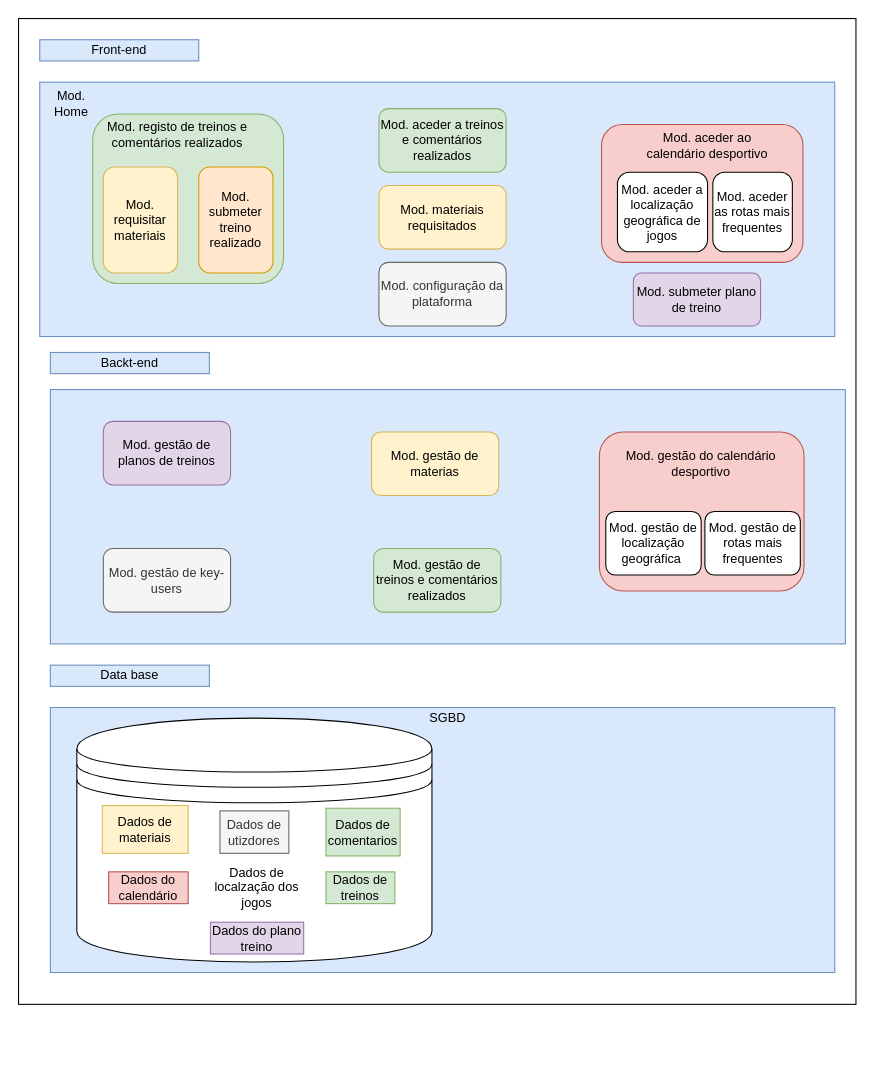
Above: Mod. de trabalhos/Block Diagram Golabuta.drawio in EdgarNeto10/GoLabuta (draw.io), before the change. Source tidied: cells renumbered, new cells numbered last; positions are measured from the earlier drawing's top-left corner, leaving out a move shared by most shapes. Both pictures are drawn from the tidied source at 106%, with x=0, y=0 at pixel (18, 18).
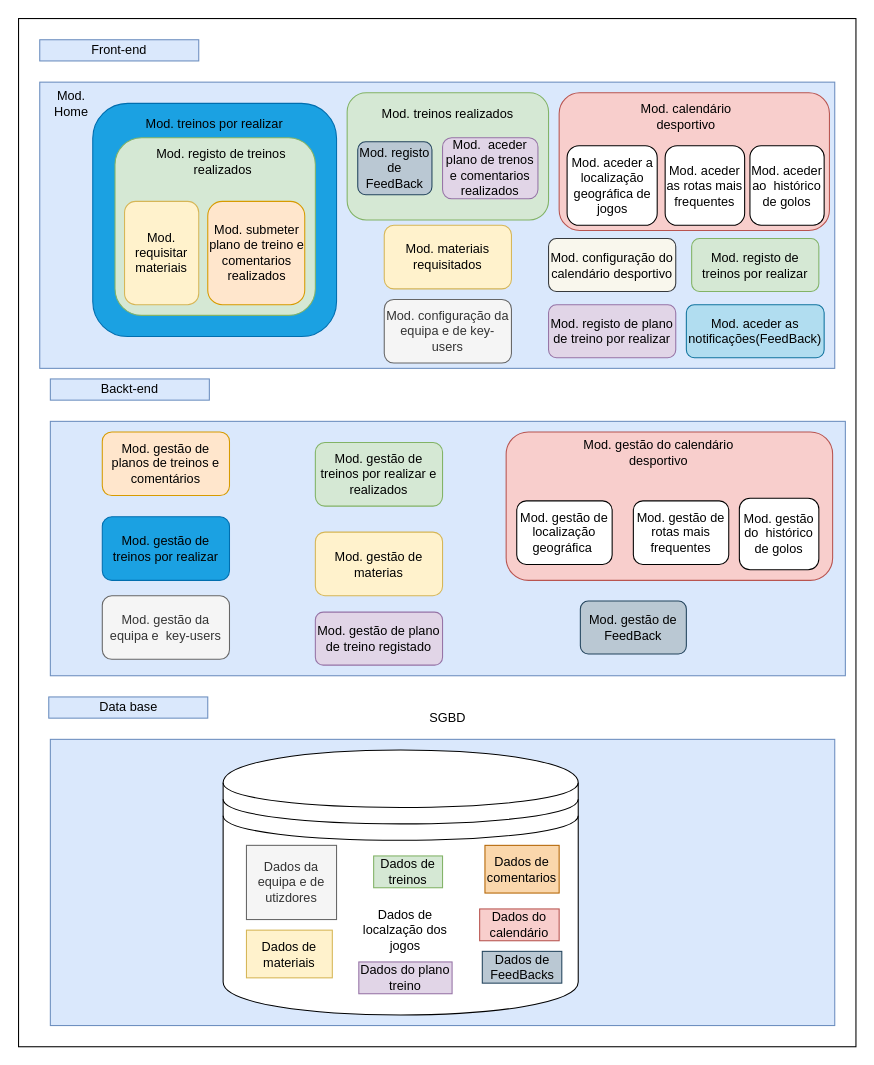
After the change.

The edit, as a diff of the source:
```diff
@@
     <mxCell id="3" style="rounded=0;whiteSpace=wrap;html=1;" parent="1" vertex="1">
-      <mxGeometry width="790" height="930" as="geometry" />
+      <mxGeometry width="790" height="970" as="geometry" />
     </mxCell>
     <mxCell id="4" style="rounded=0;whiteSpace=wrap;html=1;fillColor=#dae8fc;strokeColor=#6c8ebf;" parent="1" vertex="1">
-      <mxGeometry x="20" y="60" width="750" height="240" as="geometry" />
+      <mxGeometry x="20" y="60" width="750" height="270" as="geometry" />
     </mxCell>
@@
-    <mxCell id="6" style="rounded=1;whiteSpace=wrap;html=1;fillColor=#d5e8d4;strokeColor=#82b366;" parent="1" vertex="1">
-      <mxGeometry x="70" y="90" width="180" height="160" as="geometry" />
-    </mxCell>
-    <mxCell id="7" value="Mod. aceder a treinos e comentários realizados&lt;br&gt;" style="rounded=1;whiteSpace=wrap;html=1;fillColor=#d5e8d4;strokeColor=#82b366;" parent="1" vertex="1">
-      <mxGeometry x="340" y="85" width="120" height="60" as="geometry" />
-    </mxCell>
     <mxCell id="8" value="Mod. materiais requisitados&lt;br&gt;" style="rounded=1;whiteSpace=wrap;html=1;fillColor=#fff2cc;strokeColor=#d6b656;" parent="1" vertex="1">
-      <mxGeometry x="340" y="157.5" width="120" height="60" as="geometry" />
+      <mxGeometry x="345" y="195" width="120" height="60" as="geometry" />
     </mxCell>
     <mxCell id="9" style="rounded=1;whiteSpace=wrap;html=1;fillColor=#f8cecc;strokeColor=#b85450;" parent="1" vertex="1">
-      <mxGeometry x="550" y="100" width="190" height="130" as="geometry" />
+      <mxGeometry x="510" y="70" width="255" height="130" as="geometry" />
     </mxCell>
-    <mxCell id="10" value="Mod. requisitar materiais" style="rounded=1;whiteSpace=wrap;html=1;fillColor=#fff2cc;strokeColor=#d6b656;" parent="1" vertex="1">
-      <mxGeometry x="80" y="140" width="70" height="100" as="geometry" />
-    </mxCell>
-    <mxCell id="11" value="Mod. submeter treino realizado" style="rounded=1;whiteSpace=wrap;html=1;fillColor=#ffe6cc;strokeColor=#d79b00;" parent="1" vertex="1">
-      <mxGeometry x="170" y="140" width="70" height="100" as="geometry" />
-    </mxCell>
-    <mxCell id="12" value="Mod. aceder ao calendário desportivo" style="text;html=1;strokeColor=none;fillColor=none;align=center;verticalAlign=middle;whiteSpace=wrap;rounded=0;" parent="1" vertex="1">
-      <mxGeometry x="580" y="110" width="140" height="20" as="geometry" />
+    <mxCell id="12" value="Mod. calendário desportivo" style="text;html=1;strokeColor=none;fillColor=none;align=center;verticalAlign=middle;whiteSpace=wrap;rounded=0;" parent="1" vertex="1">
+      <mxGeometry x="560" y="82.5" width="140" height="20" as="geometry" />
     </mxCell>
-    <mxCell id="13" value="Mod. registo de treinos e comentários realizados" style="text;html=1;strokeColor=none;fillColor=none;align=center;verticalAlign=middle;whiteSpace=wrap;rounded=0;" parent="1" vertex="1">
-      <mxGeometry x="80" y="100" width="140" height="20" as="geometry" />
-    </mxCell>
     <mxCell id="14" value="Mod. aceder a localização geográfica de jogos" style="rounded=1;whiteSpace=wrap;html=1;" parent="1" vertex="1">
-      <mxGeometry x="565" y="145" width="85" height="75" as="geometry" />
+      <mxGeometry x="517.5" y="120" width="85" height="75" as="geometry" />
     </mxCell>
     <mxCell id="15" value="Mod. aceder as rotas mais frequentes" style="rounded=1;whiteSpace=wrap;html=1;" parent="1" vertex="1">
-      <mxGeometry x="655" y="145" width="75" height="75" as="geometry" />
+      <mxGeometry x="610" y="120" width="75" height="75" as="geometry" />
     </mxCell>
@@
     <mxCell id="17" value="Backt-end" style="text;html=1;strokeColor=#6c8ebf;fillColor=#dae8fc;align=center;verticalAlign=middle;whiteSpace=wrap;rounded=0;" parent="1" vertex="1">
-      <mxGeometry x="30" y="315" width="150" height="20" as="geometry" />
+      <mxGeometry x="30" y="340" width="150" height="20" as="geometry" />
     </mxCell>
     <mxCell id="18" style="rounded=0;whiteSpace=wrap;html=1;fontStyle=1;fillColor=#dae8fc;strokeColor=#6c8ebf;" parent="1" vertex="1">
-      <mxGeometry x="30" y="350" width="750" height="240" as="geometry" />
+      <mxGeometry x="30" y="380" width="750" height="240" as="geometry" />
     </mxCell>
-    <mxCell id="19" value="Mod. gestão de planos de treinos" style="rounded=1;whiteSpace=wrap;html=1;fillColor=#e1d5e7;strokeColor=#9673a6;" parent="1" vertex="1">
-      <mxGeometry x="80" y="380" width="120" height="60" as="geometry" />
+    <mxCell id="19" value="Mod. gestão de planos de treinos e comentários" style="rounded=1;whiteSpace=wrap;html=1;fillColor=#ffe6cc;strokeColor=#d79b00;" parent="1" vertex="1">
+      <mxGeometry x="79" y="390" width="120" height="60" as="geometry" />
     </mxCell>
     <mxCell id="20" value="Mod. gestão de materias&lt;br&gt;" style="rounded=1;whiteSpace=wrap;html=1;fillColor=#fff2cc;strokeColor=#d6b656;" parent="1" vertex="1">
-      <mxGeometry x="333" y="390" width="120" height="60" as="geometry" />
+      <mxGeometry x="280" y="484.5" width="120" height="60" as="geometry" />
     </mxCell>
-    <mxCell id="21" value="Mod. gestão de key-users&lt;br&gt;" style="rounded=1;whiteSpace=wrap;html=1;fillColor=#f5f5f5;strokeColor=#666666;fontColor=#333333;" parent="1" vertex="1">
-      <mxGeometry x="80" y="500" width="120" height="60" as="geometry" />
+    <mxCell id="21" value="Mod. gestão da equipa e&amp;nbsp; key-users" style="rounded=1;whiteSpace=wrap;html=1;fillColor=#f5f5f5;strokeColor=#666666;fontColor=#333333;" parent="1" vertex="1">
+      <mxGeometry x="79" y="544.5" width="120" height="60" as="geometry" />
     </mxCell>
     <mxCell id="22" style="rounded=1;whiteSpace=wrap;html=1;fillColor=#f8cecc;strokeColor=#b85450;" parent="1" vertex="1">
-      <mxGeometry x="548" y="390" width="193" height="150" as="geometry" />
+      <mxGeometry x="460" y="390" width="308" height="140" as="geometry" />
     </mxCell>
-    <mxCell id="23" value="Mod. gestão de treinos e comentários&lt;br&gt;realizados&lt;br&gt;" style="rounded=1;whiteSpace=wrap;html=1;fillColor=#d5e8d4;strokeColor=#82b366;" parent="1" vertex="1">
-      <mxGeometry x="335" y="500" width="120" height="60" as="geometry" />
+    <mxCell id="23" value="Mod. gestão de treinos por realizar e realizados" style="rounded=1;whiteSpace=wrap;html=1;fillColor=#d5e8d4;strokeColor=#82b366;" parent="1" vertex="1">
+      <mxGeometry x="280" y="400" width="120" height="60" as="geometry" />
     </mxCell>
     <mxCell id="24" value="Data base" style="text;html=1;strokeColor=#6c8ebf;fillColor=#dae8fc;align=center;verticalAlign=middle;whiteSpace=wrap;rounded=0;" parent="1" vertex="1">
-      <mxGeometry x="30" y="610" width="150" height="20" as="geometry" />
+      <mxGeometry x="28.5" y="640" width="150" height="20" as="geometry" />
     </mxCell>
     <mxCell id="25" style="rounded=0;whiteSpace=wrap;html=1;fillColor=#dae8fc;strokeColor=#6c8ebf;" parent="1" vertex="1">
-      <mxGeometry x="30" y="650" width="740" height="250" as="geometry" />
+      <mxGeometry x="30" y="680" width="740" height="270" as="geometry" />
     </mxCell>
-    <mxCell id="26" value="Mod. configuração da plataforma&lt;br&gt;" style="rounded=1;whiteSpace=wrap;html=1;fillColor=#f5f5f5;strokeColor=#666666;fontColor=#333333;" parent="1" vertex="1">
-      <mxGeometry x="340" y="230" width="120" height="60" as="geometry" />
+    <mxCell id="26" value="Mod. configuração da equipa e de key-users" style="rounded=1;whiteSpace=wrap;html=1;fillColor=#f5f5f5;strokeColor=#666666;fontColor=#333333;" parent="1" vertex="1">
+      <mxGeometry x="345" y="265" width="120" height="60" as="geometry" />
     </mxCell>
     <mxCell id="27" value="Mod. gestão do calendário desportivo" style="text;html=1;strokeColor=none;fillColor=none;align=center;verticalAlign=middle;whiteSpace=wrap;rounded=0;" parent="1" vertex="1">
-      <mxGeometry x="568" y="410" width="152" height="20" as="geometry" />
+      <mxGeometry x="528" y="400" width="152" height="20" as="geometry" />
     </mxCell>
     <mxCell id="28" value="Mod. gestão de localização geográfica&amp;nbsp;" style="rounded=1;whiteSpace=wrap;html=1;" parent="1" vertex="1">
-      <mxGeometry x="554" y="465" width="90" height="60" as="geometry" />
+      <mxGeometry x="470" y="455" width="90" height="60" as="geometry" />
     </mxCell>
     <mxCell id="29" value="Mod. gestão de rotas mais frequentes" style="rounded=1;whiteSpace=wrap;html=1;" parent="1" vertex="1">
-      <mxGeometry x="647.5" y="465" width="90" height="60" as="geometry" />
+      <mxGeometry x="580" y="455" width="90" height="60" as="geometry" />
     </mxCell>
     <mxCell id="30" style="shape=datastore;whiteSpace=wrap;html=1;" parent="1" vertex="1">
-      <mxGeometry x="55" y="660" width="335" height="230" as="geometry" />
+      <mxGeometry x="193" y="690" width="335" height="250" as="geometry" />
     </mxCell>
@@
-    <mxCell id="32" value="Dados de utizdores" style="text;html=1;strokeColor=#666666;fillColor=#f5f5f5;align=center;verticalAlign=middle;whiteSpace=wrap;rounded=0;fontColor=#333333;" parent="1" vertex="1">
-      <mxGeometry x="190" y="747.5" width="65" height="40" as="geometry" />
+    <mxCell id="32" value="Dados da equipa e de utizdores" style="text;html=1;strokeColor=#666666;fillColor=#f5f5f5;align=center;verticalAlign=middle;whiteSpace=wrap;rounded=0;fontColor=#333333;" parent="1" vertex="1">
+      <mxGeometry x="215" y="780" width="85" height="70" as="geometry" />
     </mxCell>
     <mxCell id="33" value="Dados de materiais" style="text;html=1;strokeColor=#d6b656;fillColor=#fff2cc;align=center;verticalAlign=middle;whiteSpace=wrap;rounded=0;" parent="1" vertex="1">
-      <mxGeometry x="79" y="742.5" width="81" height="45" as="geometry" />
+      <mxGeometry x="215" y="860" width="81" height="45" as="geometry" />
     </mxCell>
     <mxCell id="34" value="Dados do calendário" style="text;html=1;strokeColor=#b85450;fillColor=#f8cecc;align=center;verticalAlign=middle;whiteSpace=wrap;rounded=0;" parent="1" vertex="1">
-      <mxGeometry x="85" y="805" width="75" height="30" as="geometry" />
+      <mxGeometry x="435" y="840" width="75" height="30" as="geometry" />
     </mxCell>
     <mxCell id="35" value="Dados de localzação dos jogos" style="text;html=1;align=center;verticalAlign=middle;whiteSpace=wrap;rounded=0;" parent="1" vertex="1">
-      <mxGeometry x="170" y="800" width="110" height="40" as="geometry" />
+      <mxGeometry x="310" y="840" width="110" height="40" as="geometry" />
     </mxCell>
-    <mxCell id="36" value="Dados de comentarios&lt;br&gt;" style="text;html=1;strokeColor=#82b366;fillColor=#d5e8d4;align=center;verticalAlign=middle;whiteSpace=wrap;rounded=0;" parent="1" vertex="1">
-      <mxGeometry x="290" y="745" width="70" height="45" as="geometry" />
+    <mxCell id="36" value="Dados de comentarios&lt;br&gt;" style="text;html=1;strokeColor=#b46504;fillColor=#fad7ac;align=center;verticalAlign=middle;whiteSpace=wrap;rounded=0;" parent="1" vertex="1">
+      <mxGeometry x="440" y="780" width="70" height="45" as="geometry" />
     </mxCell>
@@
     <mxCell id="38" value="Dados de treinos&lt;br&gt;" style="text;html=1;strokeColor=#82b366;fillColor=#d5e8d4;align=center;verticalAlign=middle;whiteSpace=wrap;rounded=0;" parent="1" vertex="1">
-      <mxGeometry x="290" y="805" width="65" height="30" as="geometry" />
+      <mxGeometry x="335" y="790" width="65" height="30" as="geometry" />
     </mxCell>
-    <mxCell id="39" value="Mod. submeter plano de treino" style="rounded=1;whiteSpace=wrap;html=1;fillColor=#e1d5e7;strokeColor=#9673a6;" parent="1" vertex="1">
-      <mxGeometry x="580" y="240" width="120" height="50" as="geometry" />
+    <mxCell id="39" value="Mod. registo de plano de treino por realizar" style="rounded=1;whiteSpace=wrap;html=1;fillColor=#e1d5e7;strokeColor=#9673a6;" parent="1" vertex="1">
+      <mxGeometry x="500" y="270" width="120" height="50" as="geometry" />
     </mxCell>
     <mxCell id="40" value="Dados do plano treino" style="text;html=1;strokeColor=#9673a6;fillColor=#e1d5e7;align=center;verticalAlign=middle;whiteSpace=wrap;rounded=0;" parent="1" vertex="1">
-      <mxGeometry x="181" y="852.5" width="88" height="30" as="geometry" />
+      <mxGeometry x="321" y="890" width="88" height="30" as="geometry" />
     </mxCell>
+    <mxCell id="41" style="rounded=1;whiteSpace=wrap;html=1;fillColor=#1ba1e2;strokeColor=#006EAF;fontColor=#ffffff;" parent="1" vertex="1">
+      <mxGeometry x="70" y="80" width="230" height="220" as="geometry" />
+    </mxCell>
+    <mxCell id="6" style="rounded=1;whiteSpace=wrap;html=1;fillColor=#d5e8d4;strokeColor=#82b366;" parent="1" vertex="1">
+      <mxGeometry x="91" y="112.5" width="189" height="167.5" as="geometry" />
+    </mxCell>
+    <mxCell id="11" value="Mod. submeter plano de treino e comentarios realizados" style="rounded=1;whiteSpace=wrap;html=1;fillColor=#ffe6cc;strokeColor=#d79b00;" parent="1" vertex="1">
+      <mxGeometry x="178.5" y="172.5" width="91.5" height="97.5" as="geometry" />
+    </mxCell>
+    <mxCell id="10" value="Mod. requisitar materiais" style="rounded=1;whiteSpace=wrap;html=1;fillColor=#fff2cc;strokeColor=#d6b656;" parent="1" vertex="1">
+      <mxGeometry x="100" y="172.5" width="70" height="97.5" as="geometry" />
+    </mxCell>
+    <mxCell id="13" value="Mod. registo de treinos&amp;nbsp; realizados" style="text;html=1;strokeColor=none;fillColor=none;align=center;verticalAlign=middle;whiteSpace=wrap;rounded=0;" parent="1" vertex="1">
+      <mxGeometry x="122.5" y="125" width="140" height="20" as="geometry" />
+    </mxCell>
+    <mxCell id="42" value="Mod. treinos por realizar" style="text;html=1;strokeColor=none;fillColor=none;align=center;verticalAlign=middle;whiteSpace=wrap;rounded=0;" parent="1" vertex="1">
+      <mxGeometry x="115" y="90" width="140" height="20" as="geometry" />
+    </mxCell>
+    <mxCell id="43" value="Mod. gestão de treinos por realizar" style="rounded=1;whiteSpace=wrap;html=1;fillColor=#1ba1e2;strokeColor=#006EAF;fontColor=#000000;" parent="1" vertex="1">
+      <mxGeometry x="79" y="470" width="120" height="60" as="geometry" />
+    </mxCell>
+    <mxCell id="44" value="Mod. gestão de plano de treino registado" style="rounded=1;whiteSpace=wrap;html=1;fillColor=#e1d5e7;strokeColor=#9673a6;" parent="1" vertex="1">
+      <mxGeometry x="280" y="560" width="120" height="50" as="geometry" />
+    </mxCell>
+    <mxCell id="45" value="Mod. aceder as notificações(FeedBack)" style="rounded=1;whiteSpace=wrap;html=1;fillColor=#b1ddf0;strokeColor=#10739e;" parent="1" vertex="1">
+      <mxGeometry x="630" y="270" width="130" height="50" as="geometry" />
+    </mxCell>
+    <mxCell id="7" style="rounded=1;whiteSpace=wrap;html=1;fillColor=#d5e8d4;strokeColor=#82b366;" parent="1" vertex="1">
+      <mxGeometry x="310" y="70" width="190" height="120" as="geometry" />
+    </mxCell>
+    <mxCell id="46" value="Mod. registo de FeedBack" style="rounded=1;whiteSpace=wrap;html=1;fillColor=#bac8d3;strokeColor=#23445d;" parent="1" vertex="1">
+      <mxGeometry x="320" y="116.2" width="70" height="50" as="geometry" />
+    </mxCell>
+    <mxCell id="47" value="Mod. treinos realizados" style="text;html=1;strokeColor=none;fillColor=none;align=center;verticalAlign=middle;whiteSpace=wrap;rounded=0;fontColor=#000000;" parent="1" vertex="1">
+      <mxGeometry x="335" y="80" width="140" height="20" as="geometry" />
+    </mxCell>
+    <mxCell id="48" value="Mod. gestão de FeedBack" style="rounded=1;whiteSpace=wrap;html=1;fillColor=#bac8d3;strokeColor=#23445d;" parent="1" vertex="1">
+      <mxGeometry x="530" y="549.5" width="100" height="50" as="geometry" />
+    </mxCell>
+    <mxCell id="49" value="Mod. aceder ao&amp;nbsp; histórico de golos" style="rounded=1;whiteSpace=wrap;html=1;" parent="1" vertex="1">
+      <mxGeometry x="690" y="120" width="70" height="75" as="geometry" />
+    </mxCell>
+    <mxCell id="50" value="Mod. gestão do&amp;nbsp; histórico de golos" style="rounded=1;whiteSpace=wrap;html=1;" parent="1" vertex="1">
+      <mxGeometry x="680" y="452.5" width="75" height="67.5" as="geometry" />
+    </mxCell>
+    <mxCell id="51" value="Dados de FeedBacks" style="text;html=1;strokeColor=#23445d;fillColor=#bac8d3;align=center;verticalAlign=middle;whiteSpace=wrap;rounded=0;" parent="1" vertex="1">
+      <mxGeometry x="437.5" y="880" width="75" height="30" as="geometry" />
+    </mxCell>
+    <mxCell id="52" value="Mod. configuração do calendário desportivo" style="rounded=1;whiteSpace=wrap;html=1;fillColor=#f9f7ed;strokeColor=#36393d;" parent="1" vertex="1">
+      <mxGeometry x="500" y="207.5" width="120" height="50" as="geometry" />
+    </mxCell>
+    <mxCell id="53" value="Mod.&amp;nbsp; aceder plano de trenos e comentarios realizados" style="rounded=1;whiteSpace=wrap;html=1;fillColor=#e1d5e7;strokeColor=#9673a6;" parent="1" vertex="1">
+      <mxGeometry x="400" y="112.5" width="90" height="57.5" as="geometry" />
+    </mxCell>
+    <mxCell id="54" value="Mod. registo de treinos por realizar" style="rounded=1;whiteSpace=wrap;html=1;fillColor=#d5e8d4;strokeColor=#82b366;" parent="1" vertex="1">
+      <mxGeometry x="635" y="207.5" width="120" height="50" as="geometry" />
+    </mxCell>
```
